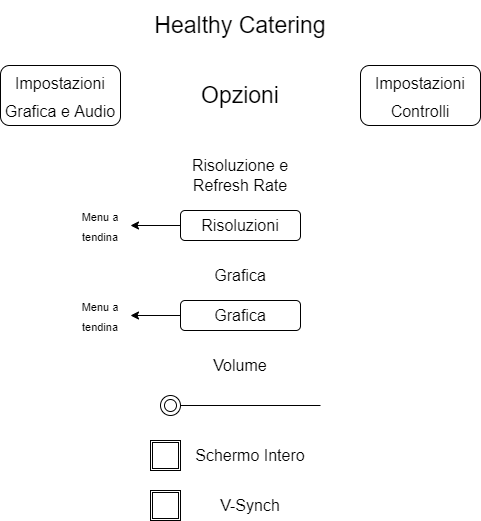
Above: doc/img/MenuOpzioni(Grafica).png in zSavT/Healthy-Catering (draw.io), before the change. Source tidied: cells renumbered, new cells last; positions are measured from the earlier drawing's top-left corner, leaving out a move shared by most shapes. The source it was exported from:
```xml
<mxGraphModel>
  <root>
    <mxCell id="0" />
    <mxCell id="1" parent="0" />
    <mxCell id="2" value="&lt;font style=&quot;font-size: 23px&quot;&gt;Healthy Catering&lt;/font&gt;" style="text;html=1;strokeColor=none;fillColor=none;align=center;verticalAlign=middle;whiteSpace=wrap;rounded=0;" parent="1" vertex="1">
      <mxGeometry x="90" width="300" height="50" as="geometry" />
    </mxCell>
    <mxCell id="3" value="Opzioni" style="text;html=1;strokeColor=none;fillColor=none;align=center;verticalAlign=middle;whiteSpace=wrap;rounded=0;fontSize=23;" parent="1" vertex="1">
      <mxGeometry x="190" y="80" width="100" height="30" as="geometry" />
    </mxCell>
    <mxCell id="4" value="&lt;font style=&quot;font-size: 16px&quot;&gt;Impostazioni Grafica e Audio&lt;/font&gt;" style="rounded=1;whiteSpace=wrap;html=1;fontSize=23;" parent="1" vertex="1">
      <mxGeometry y="65" width="120" height="60" as="geometry" />
    </mxCell>
    <mxCell id="5" value="&lt;font style=&quot;font-size: 16px&quot;&gt;Impostazioni Controlli&lt;/font&gt;" style="rounded=1;whiteSpace=wrap;html=1;fontSize=23;" parent="1" vertex="1">
      <mxGeometry x="360" y="65" width="120" height="60" as="geometry" />
    </mxCell>
    <mxCell id="6" value="Risoluzione e Refresh Rate" style="text;html=1;strokeColor=none;fillColor=none;align=center;verticalAlign=middle;whiteSpace=wrap;rounded=0;fontSize=16;" parent="1" vertex="1">
      <mxGeometry x="180" y="160" width="120" height="30" as="geometry" />
    </mxCell>
    <mxCell id="7" value="Risoluzioni" style="rounded=1;whiteSpace=wrap;html=1;fontSize=16;" parent="1" vertex="1">
      <mxGeometry x="180" y="210" width="120" height="30" as="geometry" />
    </mxCell>
    <mxCell id="8" value="Grafica" style="text;html=1;strokeColor=none;fillColor=none;align=center;verticalAlign=middle;whiteSpace=wrap;rounded=0;fontSize=16;" parent="1" vertex="1">
      <mxGeometry x="180" y="260" width="120" height="30" as="geometry" />
    </mxCell>
    <mxCell id="9" value="Grafica" style="rounded=1;whiteSpace=wrap;html=1;fontSize=16;" parent="1" vertex="1">
      <mxGeometry x="180" y="300" width="120" height="30" as="geometry" />
    </mxCell>
    <mxCell id="10" value="Volume" style="text;html=1;strokeColor=none;fillColor=none;align=center;verticalAlign=middle;whiteSpace=wrap;rounded=0;fontSize=16;" parent="1" vertex="1">
      <mxGeometry x="180" y="350" width="120" height="30" as="geometry" />
    </mxCell>
    <mxCell id="11" style="line;strokeWidth=1;dashed=0;labelPosition=right;align=left;verticalAlign=middle;spacingTop=0;spacingLeft=6;fontSize=16;" parent="1" vertex="1">
      <mxGeometry x="170" y="400" width="150" height="10" as="geometry" />
    </mxCell>
    <mxCell id="12" style="ellipse;shape=doubleEllipse;whiteSpace=wrap;html=1;fontSize=16;" parent="1" vertex="1">
      <mxGeometry x="160" y="395" width="20" height="20" as="geometry" />
    </mxCell>
    <mxCell id="13" style="shape=ext;double=1;whiteSpace=wrap;html=1;fontSize=16;" parent="1" vertex="1">
      <mxGeometry x="150" y="440" width="30" height="30" as="geometry" />
    </mxCell>
    <mxCell id="14" value="Schermo Intero" style="text;html=1;strokeColor=none;fillColor=none;align=center;verticalAlign=middle;whiteSpace=wrap;rounded=0;fontSize=16;" parent="1" vertex="1">
      <mxGeometry x="190" y="440" width="120" height="30" as="geometry" />
    </mxCell>
    <mxCell id="15" style="shape=ext;double=1;whiteSpace=wrap;html=1;fontSize=16;" parent="1" vertex="1">
      <mxGeometry x="150" y="490" width="30" height="30" as="geometry" />
    </mxCell>
    <mxCell id="16" value="V-Synch" style="text;html=1;strokeColor=none;fillColor=none;align=center;verticalAlign=middle;whiteSpace=wrap;rounded=0;fontSize=16;" parent="1" vertex="1">
      <mxGeometry x="190" y="490" width="120" height="30" as="geometry" />
    </mxCell>
    <mxCell id="17" style="endArrow=classic;html=1;rounded=0;fontSize=16;exitX=0;exitY=0.5;exitDx=0;exitDy=0;" parent="1" edge="1" source="7" target="18">
      <mxGeometry relative="1" as="geometry" />
    </mxCell>
    <mxCell id="18" value="&lt;font style=&quot;font-size: 11px&quot;&gt;Menu a tendina&lt;/font&gt;" style="text;html=1;strokeColor=none;fillColor=none;align=center;verticalAlign=middle;whiteSpace=wrap;rounded=0;fontSize=16;" parent="1" vertex="1">
      <mxGeometry x="70" y="210" width="60" height="30" as="geometry" />
    </mxCell>
    <mxCell id="19" value="&lt;font style=&quot;font-size: 11px&quot;&gt;Menu a tendina&lt;/font&gt;" style="text;html=1;strokeColor=none;fillColor=none;align=center;verticalAlign=middle;whiteSpace=wrap;rounded=0;fontSize=16;" parent="1" vertex="1">
      <mxGeometry x="70" y="300" width="60" height="30" as="geometry" />
    </mxCell>
    <mxCell id="20" style="endArrow=classic;html=1;rounded=0;fontSize=11;exitX=0;exitY=0.5;exitDx=0;exitDy=0;entryX=1;entryY=0.5;entryDx=0;entryDy=0;" parent="1" edge="1" source="9" target="19">
      <mxGeometry relative="1" as="geometry" />
    </mxCell>
  </root>
</mxGraphModel>
```
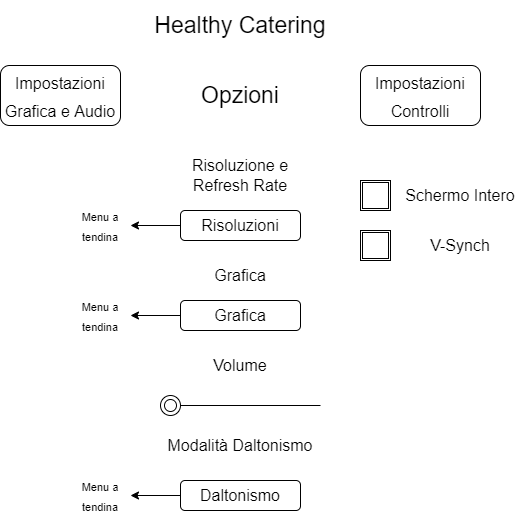
The same file after the commit.

Diff of the diagram source:
```diff
@@ -36,16 +36,16 @@
       <mxGeometry x="160" y="395" width="20" height="20" as="geometry" />
     </mxCell>
     <mxCell id="13" style="shape=ext;double=1;whiteSpace=wrap;html=1;fontSize=16;" parent="1" vertex="1">
-      <mxGeometry x="150" y="440" width="30" height="30" as="geometry" />
+      <mxGeometry x="360" y="180" width="30" height="30" as="geometry" />
     </mxCell>
     <mxCell id="14" value="Schermo Intero" style="text;html=1;strokeColor=none;fillColor=none;align=center;verticalAlign=middle;whiteSpace=wrap;rounded=0;fontSize=16;" parent="1" vertex="1">
-      <mxGeometry x="190" y="440" width="120" height="30" as="geometry" />
+      <mxGeometry x="400" y="180" width="120" height="30" as="geometry" />
     </mxCell>
     <mxCell id="15" style="shape=ext;double=1;whiteSpace=wrap;html=1;fontSize=16;" parent="1" vertex="1">
-      <mxGeometry x="150" y="490" width="30" height="30" as="geometry" />
+      <mxGeometry x="360" y="230" width="30" height="30" as="geometry" />
     </mxCell>
     <mxCell id="16" value="V-Synch" style="text;html=1;strokeColor=none;fillColor=none;align=center;verticalAlign=middle;whiteSpace=wrap;rounded=0;fontSize=16;" parent="1" vertex="1">
-      <mxGeometry x="190" y="490" width="120" height="30" as="geometry" />
+      <mxGeometry x="400" y="230" width="120" height="30" as="geometry" />
     </mxCell>
     <mxCell id="17" style="endArrow=classic;html=1;rounded=0;fontSize=16;exitX=0;exitY=0.5;exitDx=0;exitDy=0;" parent="1" edge="1" source="7" target="18">
       <mxGeometry relative="1" as="geometry" />
@@ -59,5 +59,17 @@
     <mxCell id="20" style="endArrow=classic;html=1;rounded=0;fontSize=11;exitX=0;exitY=0.5;exitDx=0;exitDy=0;entryX=1;entryY=0.5;entryDx=0;entryDy=0;" parent="1" edge="1" source="9" target="19">
       <mxGeometry relative="1" as="geometry" />
     </mxCell>
+    <mxCell id="21" value="Modalità Daltonismo" style="text;html=1;strokeColor=none;fillColor=none;align=center;verticalAlign=middle;whiteSpace=wrap;rounded=0;fontSize=16;" parent="1" vertex="1">
+      <mxGeometry x="165" y="430" width="150" height="30" as="geometry" />
+    </mxCell>
+    <mxCell id="22" value="Daltonismo" style="rounded=1;whiteSpace=wrap;html=1;fontSize=16;" parent="1" vertex="1">
+      <mxGeometry x="180" y="480" width="120" height="30" as="geometry" />
+    </mxCell>
+    <mxCell id="23" style="endArrow=classic;html=1;rounded=0;fontSize=16;exitX=0;exitY=0.5;exitDx=0;exitDy=0;" parent="1" edge="1" source="22" target="24">
+      <mxGeometry relative="1" as="geometry" />
+    </mxCell>
+    <mxCell id="24" value="&lt;font style=&quot;font-size: 11px&quot;&gt;Menu a tendina&lt;/font&gt;" style="text;html=1;strokeColor=none;fillColor=none;align=center;verticalAlign=middle;whiteSpace=wrap;rounded=0;fontSize=16;" parent="1" vertex="1">
+      <mxGeometry x="70" y="480" width="60" height="30" as="geometry" />
+    </mxCell>
   </root>
 </mxGraphModel>
```
